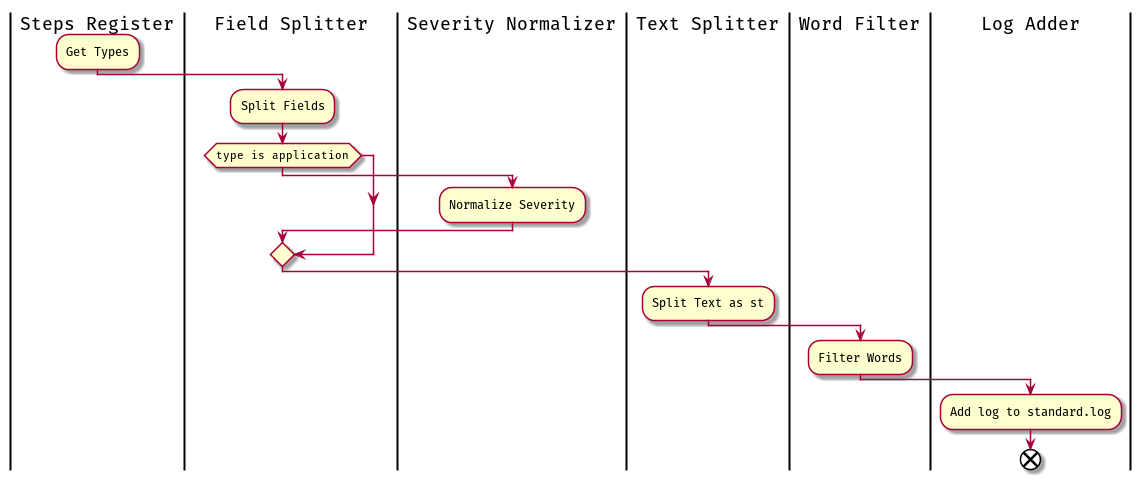
Before: dinamicos/Pipeline.png, a diagram exported from PlantUML (jlojosnegros/master_upm_practica_final_arquitectura). Source of this version:
```plantuml
@startuml
skinparam linetype polyline
skinparam linetype ortho

skinparam defaultFontName "Fira Code Retina"

|Steps Register|
:Get Types;
|Field Splitter|
:Split Fields;
if (type is application) then
|Severity Normalizer|
:Normalize Severity;
endif
|Text Splitter|
:Split Text as st;
|Word Filter|
:Filter Words;
|Log Adder|
:Add log to standard.log;
end
@enduml
```
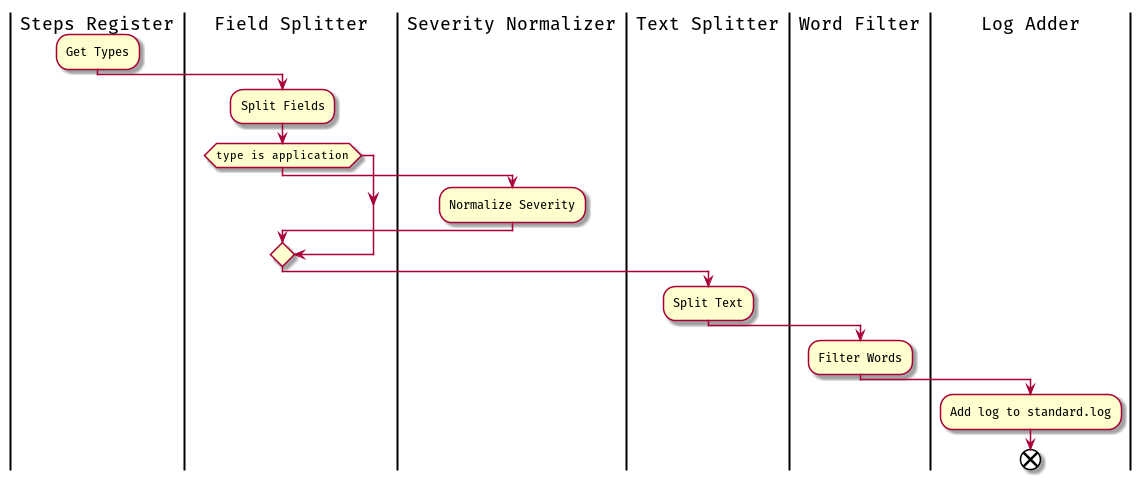
Later version of the same file.

Change to the diagram source:
```diff
@@ -13,7 +13,7 @@
 :Normalize Severity;
 endif
 |Text Splitter|
-:Split Text as st;
+:Split Text;
 |Word Filter|
 :Filter Words;
 |Log Adder|
```
